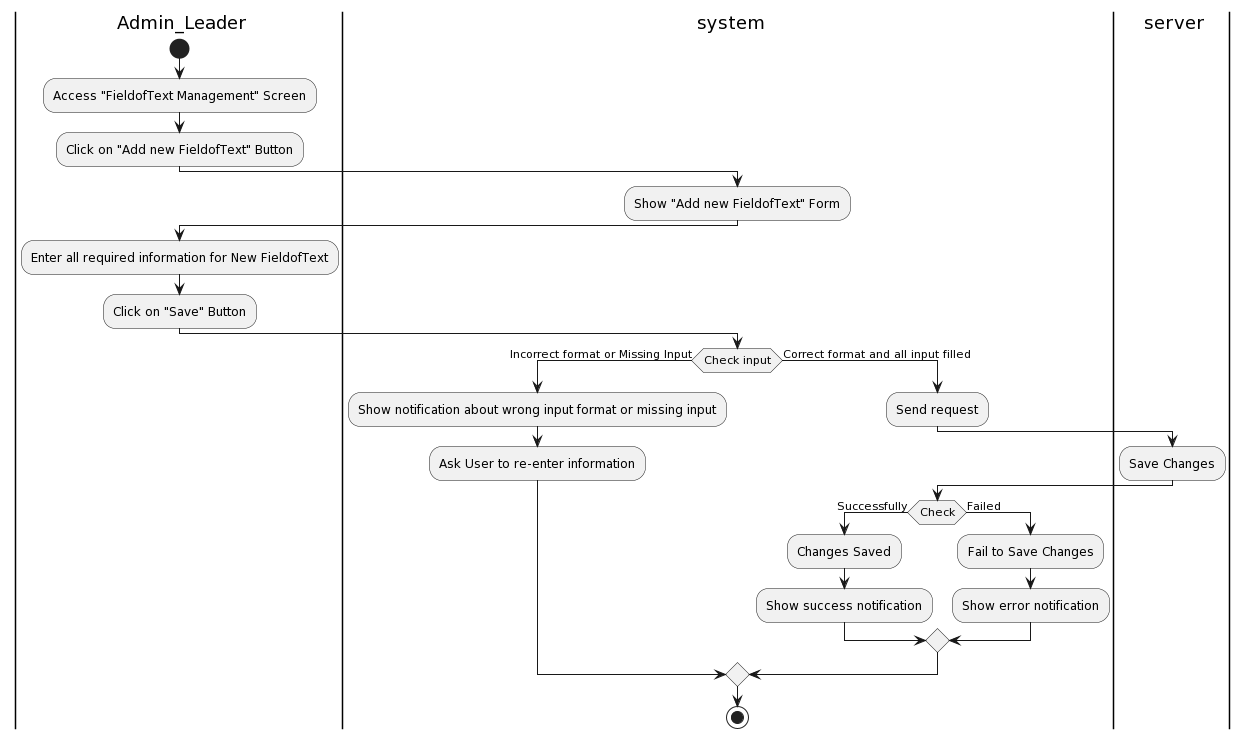
The PlantUML diagram Lab1/Lab1.2/Activity Diagram/SystemManagement/FieldofTextManagement/AddnewFieldofText/AddnewFieldofText.png in khoapham1003/SE357-Pratice-class, before a commit. Its diagram source:
```plantuml
@startuml
|a| Admin_Leader
|sys| system
|ser| server
|a|
start
:Access "FieldofText Management" Screen;

:Click on "Add new FieldofText" Button;
|sys|
:Show "Add new FieldofText" Form;
|a|
:Enter all required information for New FieldofText;
:Click on "Save" Button;
|sys|
if (Check input) then (Incorrect format or Missing Input)
:Show notification about wrong input format or missing input;
:Ask User to re-enter information;
else (Correct format and all input filled)
|sys|
:Send request;
|ser|
:Save Changes;
|sys|
if(Check) then (Successfully)
:Changes Saved;
:Show success notification;
else (Failed)
:Fail to Save Changes;
:Show error notification;
endif
endif
stop
@enduml
```
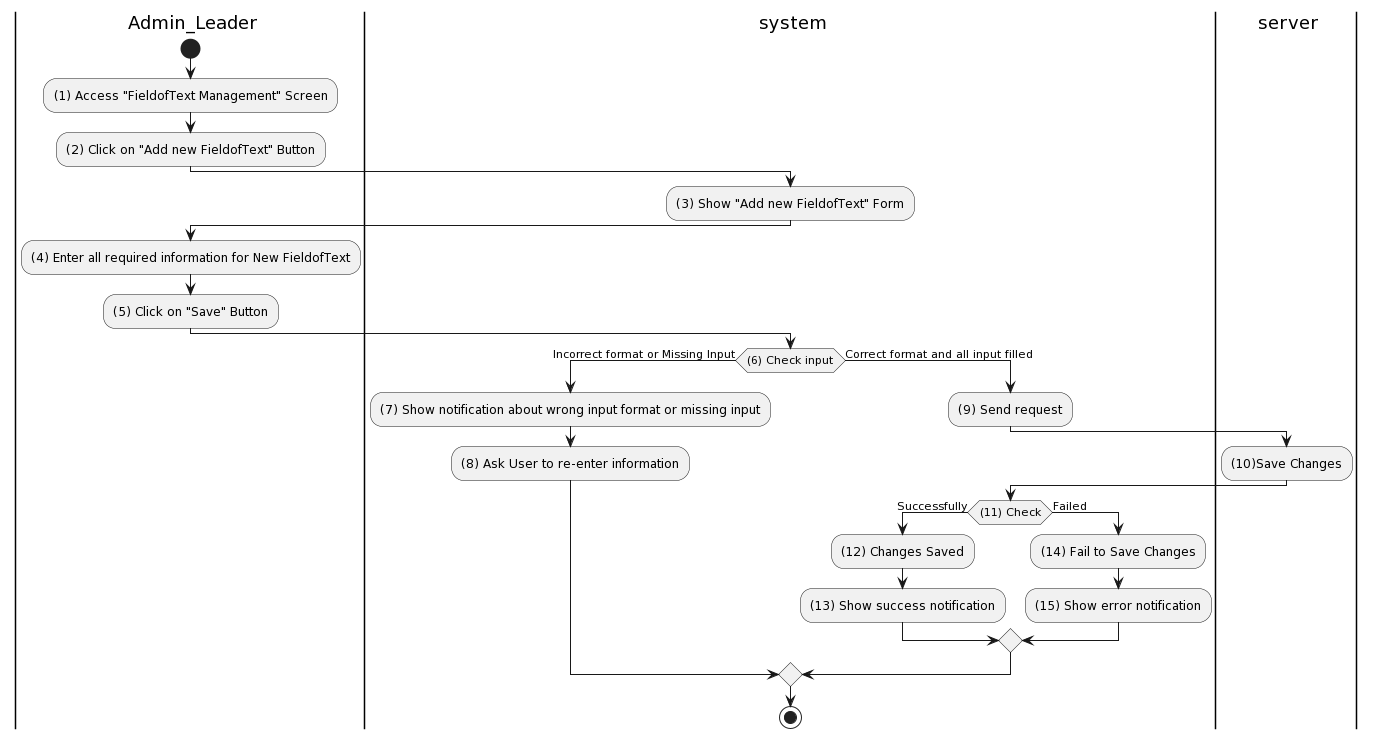
The same diagram one commit later.

What changed in the source:
```diff
@@ -4,30 +4,29 @@
 |ser| server
 |a|
 start
-:Access "FieldofText Management" Screen;
-
-:Click on "Add new FieldofText" Button;
+:(1) Access "FieldofText Management" Screen;
+:(2) Click on "Add new FieldofText" Button;
 |sys|
-:Show "Add new FieldofText" Form;
+:(3) Show "Add new FieldofText" Form;
 |a|
-:Enter all required information for New FieldofText;
-:Click on "Save" Button;
+:(4) Enter all required information for New FieldofText;
+:(5) Click on "Save" Button;
 |sys|
-if (Check input) then (Incorrect format or Missing Input)
-:Show notification about wrong input format or missing input;
-:Ask User to re-enter information;
+if ((6) Check input) then (Incorrect format or Missing Input)
+:(7) Show notification about wrong input format or missing input;
+:(8) Ask User to re-enter information;
 else (Correct format and all input filled)
 |sys|
-:Send request;
+:(9) Send request;
 |ser|
-:Save Changes;
+:(10)Save Changes;
 |sys|
-if(Check) then (Successfully)
-:Changes Saved;
-:Show success notification;
+if((11) Check) then (Successfully)
+:(12) Changes Saved;
+:(13) Show success notification;
 else (Failed)
-:Fail to Save Changes;
-:Show error notification;
+:(14) Fail to Save Changes;
+:(15) Show error notification;
 endif
 endif
 stop
```
